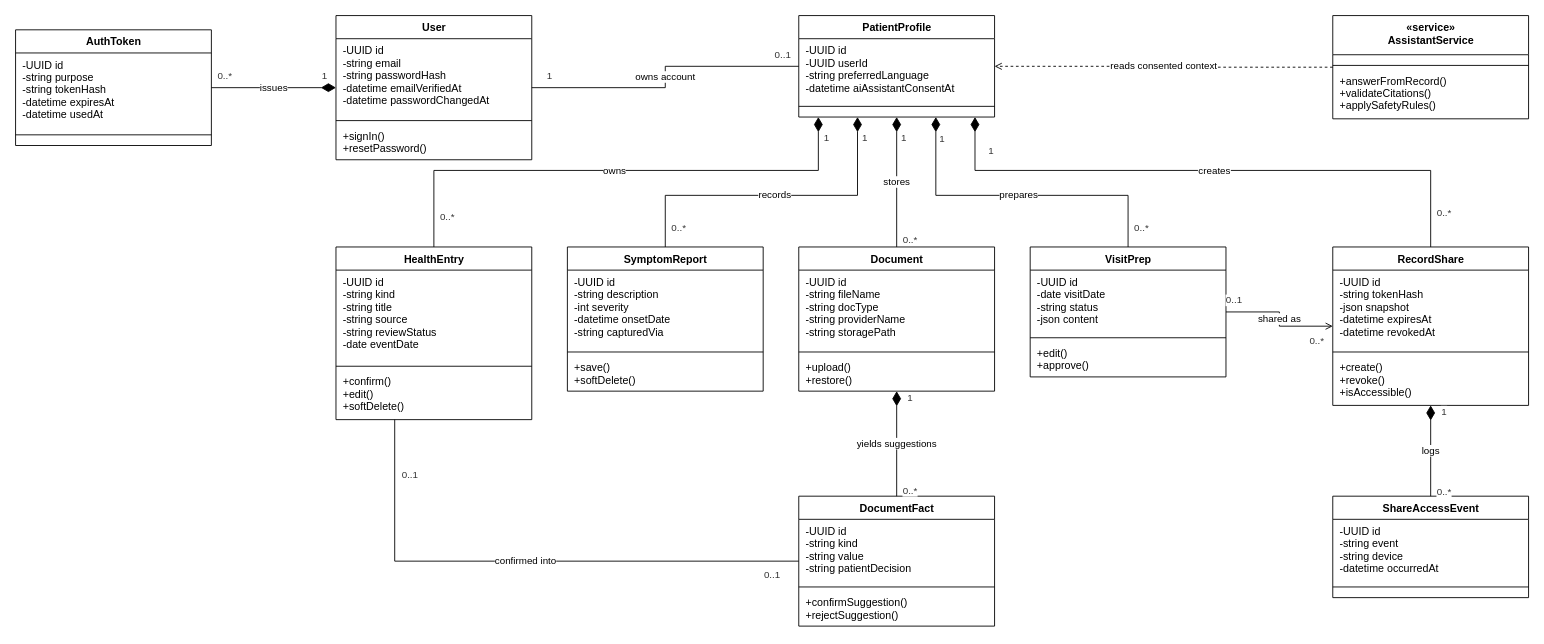
Before: docs/diagrams/source/class-diagram.drawio in haniyousrii18/NASEEJ, a draw.io diagram. Source tidied: cells renumbered, new cells numbered last; positions are measured from the earlier drawing's top-left corner, leaving out a move shared by most shapes. Both pictures are drawn from the tidied source at 89%, with x=0, y=0 at pixel (15, 15).
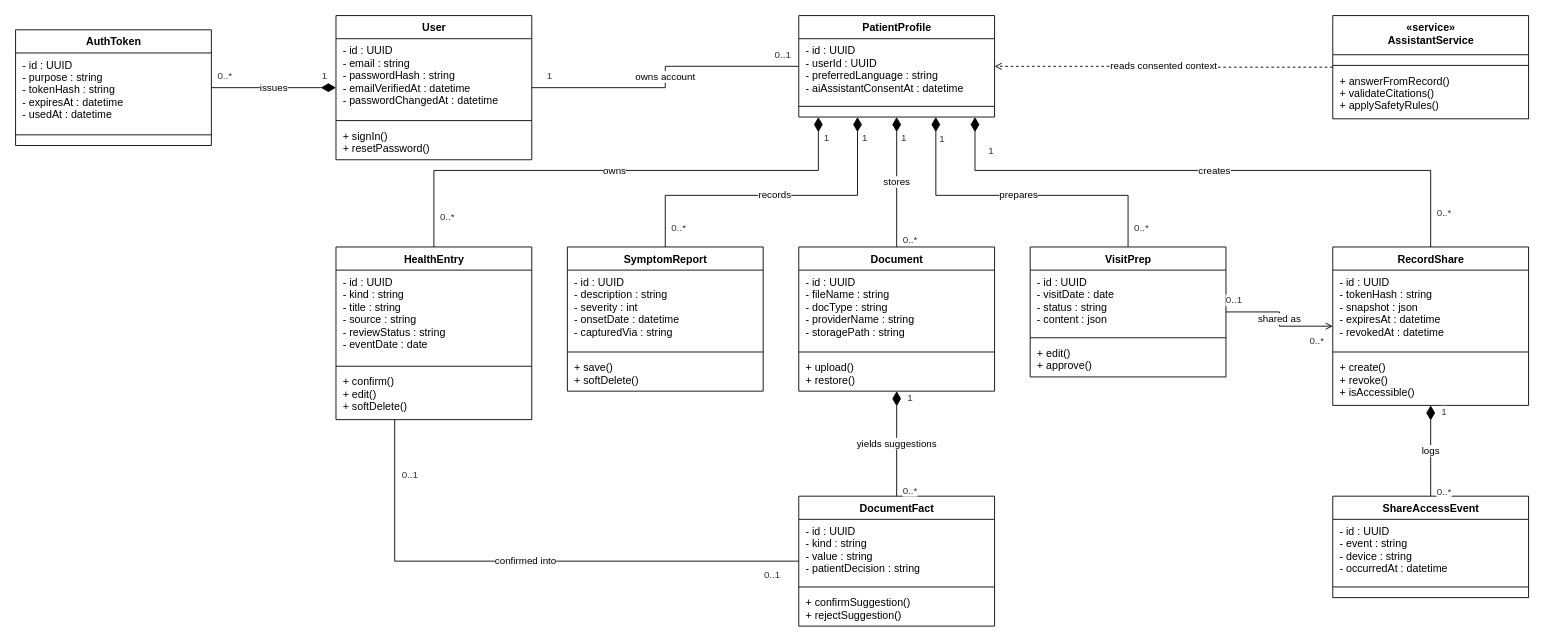
Above is the later version.

Commit message (it also covers changes not shown here):
docs: use name : Type notation in the class diagram

The change refers to these unchanged cells:
```xml
<mxCell id="2" value="User" style="swimlane;fontStyle=1;align=center;verticalAlign=top;horizontal=1;startSize=26;html=1;swimlaneFillColor=#FFFFFF;" parent="1" vertex="1">
  <mxGeometry x="360" width="220" height="162" as="geometry" />
</mxCell>
<mxCell id="6" value="AuthToken" style="swimlane;fontStyle=1;align=center;verticalAlign=top;horizontal=1;startSize=26;html=1;swimlaneFillColor=#FFFFFF;" parent="1" vertex="1">
  <mxGeometry y="16" width="220" height="130" as="geometry" />
</mxCell>
<mxCell id="10" value="PatientProfile" style="swimlane;fontStyle=1;align=center;verticalAlign=top;horizontal=1;startSize=26;html=1;swimlaneFillColor=#FFFFFF;" parent="1" vertex="1">
  <mxGeometry x="880" width="220" height="114" as="geometry" />
</mxCell>
<mxCell id="14" value="«service»&lt;br&gt;&lt;b&gt;AssistantService&lt;/b&gt;" style="swimlane;fontStyle=1;align=center;verticalAlign=top;horizontal=1;startSize=44;html=1;swimlaneFillColor=#FFFFFF;" parent="1" vertex="1">
  <mxGeometry x="1480" width="220" height="116" as="geometry" />
</mxCell>
<mxCell id="18" value="HealthEntry" style="swimlane;fontStyle=1;align=center;verticalAlign=top;horizontal=1;startSize=26;html=1;swimlaneFillColor=#FFFFFF;" parent="1" vertex="1">
  <mxGeometry x="360" y="260" width="220" height="194" as="geometry" />
</mxCell>
<mxCell id="22" value="SymptomReport" style="swimlane;fontStyle=1;align=center;verticalAlign=top;horizontal=1;startSize=26;html=1;swimlaneFillColor=#FFFFFF;" parent="1" vertex="1">
  <mxGeometry x="620" y="260" width="220" height="162" as="geometry" />
</mxCell>
<mxCell id="26" value="Document" style="swimlane;fontStyle=1;align=center;verticalAlign=top;horizontal=1;startSize=26;html=1;swimlaneFillColor=#FFFFFF;" parent="1" vertex="1">
  <mxGeometry x="880" y="260" width="220" height="162" as="geometry" />
</mxCell>
<mxCell id="30" value="VisitPrep" style="swimlane;fontStyle=1;align=center;verticalAlign=top;horizontal=1;startSize=26;html=1;swimlaneFillColor=#FFFFFF;" parent="1" vertex="1">
  <mxGeometry x="1140" y="260" width="220" height="146" as="geometry" />
</mxCell>
<mxCell id="34" value="RecordShare" style="swimlane;fontStyle=1;align=center;verticalAlign=top;horizontal=1;startSize=26;html=1;swimlaneFillColor=#FFFFFF;" parent="1" vertex="1">
  <mxGeometry x="1480" y="260" width="220" height="178" as="geometry" />
</mxCell>
<mxCell id="38" value="DocumentFact" style="swimlane;fontStyle=1;align=center;verticalAlign=top;horizontal=1;startSize=26;html=1;swimlaneFillColor=#FFFFFF;" parent="1" vertex="1">
  <mxGeometry x="880" y="540" width="220" height="146" as="geometry" />
</mxCell>
<mxCell id="42" value="ShareAccessEvent" style="swimlane;fontStyle=1;align=center;verticalAlign=top;horizontal=1;startSize=26;html=1;swimlaneFillColor=#FFFFFF;" parent="1" vertex="1">
  <mxGeometry x="1480" y="540" width="220" height="114" as="geometry" />
</mxCell>
```

Change to the diagram source:
```diff
@@
-    <mxCell id="3" value="-UUID id&#10;-string email&#10;-string passwordHash&#10;-datetime emailVerifiedAt&#10;-datetime passwordChangedAt" style="text;align=left;verticalAlign=top;spacingLeft=6;overflow=hidden;whiteSpace=nowrap;html=0;" parent="2" vertex="1">
+    <mxCell id="3" value="- id : UUID&#10;- email : string&#10;- passwordHash : string&#10;- emailVerifiedAt : datetime&#10;- passwordChangedAt : datetime" style="text;align=left;verticalAlign=top;spacingLeft=6;overflow=hidden;whiteSpace=nowrap;html=0;" parent="2" vertex="1">
       <mxGeometry y="26" width="220" height="88" as="geometry" />
     </mxCell>
@@
-    <mxCell id="5" value="+signIn()&#10;+resetPassword()" style="text;align=left;verticalAlign=top;spacingLeft=6;overflow=hidden;whiteSpace=nowrap;html=0;" parent="2" vertex="1">
+    <mxCell id="5" value="+ signIn()&#10;+ resetPassword()" style="text;align=left;verticalAlign=top;spacingLeft=6;overflow=hidden;whiteSpace=nowrap;html=0;" parent="2" vertex="1">
       <mxGeometry y="122" width="220" height="40" as="geometry" />
     </mxCell>
@@
-    <mxCell id="7" value="-UUID id&#10;-string purpose&#10;-string tokenHash&#10;-datetime expiresAt&#10;-datetime usedAt" style="text;align=left;verticalAlign=top;spacingLeft=6;overflow=hidden;whiteSpace=nowrap;html=0;" parent="6" vertex="1">
+    <mxCell id="7" value="- id : UUID&#10;- purpose : string&#10;- tokenHash : string&#10;- expiresAt : datetime&#10;- usedAt : datetime" style="text;align=left;verticalAlign=top;spacingLeft=6;overflow=hidden;whiteSpace=nowrap;html=0;" parent="6" vertex="1">
       <mxGeometry y="26" width="220" height="88" as="geometry" />
     </mxCell>
@@
-    <mxCell id="11" value="-UUID id&#10;-UUID userId&#10;-string preferredLanguage&#10;-datetime aiAssistantConsentAt" style="text;align=left;verticalAlign=top;spacingLeft=6;overflow=hidden;whiteSpace=nowrap;html=0;" parent="10" vertex="1">
+    <mxCell id="11" value="- id : UUID&#10;- userId : UUID&#10;- preferredLanguage : string&#10;- aiAssistantConsentAt : datetime" style="text;align=left;verticalAlign=top;spacingLeft=6;overflow=hidden;whiteSpace=nowrap;html=0;" parent="10" vertex="1">
       <mxGeometry y="26" width="220" height="72" as="geometry" />
     </mxCell>
@@
-    <mxCell id="17" value="+answerFromRecord()&#10;+validateCitations()&#10;+applySafetyRules()" style="text;align=left;verticalAlign=top;spacingLeft=6;overflow=hidden;whiteSpace=nowrap;html=0;" parent="14" vertex="1">
+    <mxCell id="17" value="+ answerFromRecord()&#10;+ validateCitations()&#10;+ applySafetyRules()" style="text;align=left;verticalAlign=top;spacingLeft=6;overflow=hidden;whiteSpace=nowrap;html=0;" parent="14" vertex="1">
       <mxGeometry y="60" width="220" height="56" as="geometry" />
     </mxCell>
@@
-    <mxCell id="19" value="-UUID id&#10;-string kind&#10;-string title&#10;-string source&#10;-string reviewStatus&#10;-date eventDate" style="text;align=left;verticalAlign=top;spacingLeft=6;overflow=hidden;whiteSpace=nowrap;html=0;" parent="18" vertex="1">
+    <mxCell id="19" value="- id : UUID&#10;- kind : string&#10;- title : string&#10;- source : string&#10;- reviewStatus : string&#10;- eventDate : date" style="text;align=left;verticalAlign=top;spacingLeft=6;overflow=hidden;whiteSpace=nowrap;html=0;" parent="18" vertex="1">
       <mxGeometry y="26" width="220" height="104" as="geometry" />
     </mxCell>
@@
-    <mxCell id="21" value="+confirm()&#10;+edit()&#10;+softDelete()" style="text;align=left;verticalAlign=top;spacingLeft=6;overflow=hidden;whiteSpace=nowrap;html=0;" parent="18" vertex="1">
+    <mxCell id="21" value="+ confirm()&#10;+ edit()&#10;+ softDelete()" style="text;align=left;verticalAlign=top;spacingLeft=6;overflow=hidden;whiteSpace=nowrap;html=0;" parent="18" vertex="1">
       <mxGeometry y="138" width="220" height="56" as="geometry" />
     </mxCell>
@@
-    <mxCell id="23" value="-UUID id&#10;-string description&#10;-int severity&#10;-datetime onsetDate&#10;-string capturedVia" style="text;align=left;verticalAlign=top;spacingLeft=6;overflow=hidden;whiteSpace=nowrap;html=0;" parent="22" vertex="1">
+    <mxCell id="23" value="- id : UUID&#10;- description : string&#10;- severity : int&#10;- onsetDate : datetime&#10;- capturedVia : string" style="text;align=left;verticalAlign=top;spacingLeft=6;overflow=hidden;whiteSpace=nowrap;html=0;" parent="22" vertex="1">
       <mxGeometry y="26" width="220" height="88" as="geometry" />
     </mxCell>
@@
-    <mxCell id="25" value="+save()&#10;+softDelete()" style="text;align=left;verticalAlign=top;spacingLeft=6;overflow=hidden;whiteSpace=nowrap;html=0;" parent="22" vertex="1">
+    <mxCell id="25" value="+ save()&#10;+ softDelete()" style="text;align=left;verticalAlign=top;spacingLeft=6;overflow=hidden;whiteSpace=nowrap;html=0;" parent="22" vertex="1">
       <mxGeometry y="122" width="220" height="40" as="geometry" />
     </mxCell>
@@
-    <mxCell id="27" value="-UUID id&#10;-string fileName&#10;-string docType&#10;-string providerName&#10;-string storagePath" style="text;align=left;verticalAlign=top;spacingLeft=6;overflow=hidden;whiteSpace=nowrap;html=0;" parent="26" vertex="1">
+    <mxCell id="27" value="- id : UUID&#10;- fileName : string&#10;- docType : string&#10;- providerName : string&#10;- storagePath : string" style="text;align=left;verticalAlign=top;spacingLeft=6;overflow=hidden;whiteSpace=nowrap;html=0;" parent="26" vertex="1">
       <mxGeometry y="26" width="220" height="88" as="geometry" />
     </mxCell>
@@
-    <mxCell id="29" value="+upload()&#10;+restore()" style="text;align=left;verticalAlign=top;spacingLeft=6;overflow=hidden;whiteSpace=nowrap;html=0;" parent="26" vertex="1">
+    <mxCell id="29" value="+ upload()&#10;+ restore()" style="text;align=left;verticalAlign=top;spacingLeft=6;overflow=hidden;whiteSpace=nowrap;html=0;" parent="26" vertex="1">
       <mxGeometry y="122" width="220" height="40" as="geometry" />
     </mxCell>
@@
-    <mxCell id="31" value="-UUID id&#10;-date visitDate&#10;-string status&#10;-json content" style="text;align=left;verticalAlign=top;spacingLeft=6;overflow=hidden;whiteSpace=nowrap;html=0;" parent="30" vertex="1">
+    <mxCell id="31" value="- id : UUID&#10;- visitDate : date&#10;- status : string&#10;- content : json" style="text;align=left;verticalAlign=top;spacingLeft=6;overflow=hidden;whiteSpace=nowrap;html=0;" parent="30" vertex="1">
       <mxGeometry y="26" width="220" height="72" as="geometry" />
     </mxCell>
@@
-    <mxCell id="33" value="+edit()&#10;+approve()" style="text;align=left;verticalAlign=top;spacingLeft=6;overflow=hidden;whiteSpace=nowrap;html=0;" parent="30" vertex="1">
+    <mxCell id="33" value="+ edit()&#10;+ approve()" style="text;align=left;verticalAlign=top;spacingLeft=6;overflow=hidden;whiteSpace=nowrap;html=0;" parent="30" vertex="1">
       <mxGeometry y="106" width="220" height="40" as="geometry" />
     </mxCell>
@@
-    <mxCell id="35" value="-UUID id&#10;-string tokenHash&#10;-json snapshot&#10;-datetime expiresAt&#10;-datetime revokedAt" style="text;align=left;verticalAlign=top;spacingLeft=6;overflow=hidden;whiteSpace=nowrap;html=0;" parent="34" vertex="1">
+    <mxCell id="35" value="- id : UUID&#10;- tokenHash : string&#10;- snapshot : json&#10;- expiresAt : datetime&#10;- revokedAt : datetime" style="text;align=left;verticalAlign=top;spacingLeft=6;overflow=hidden;whiteSpace=nowrap;html=0;" parent="34" vertex="1">
       <mxGeometry y="26" width="220" height="88" as="geometry" />
     </mxCell>
@@
-    <mxCell id="37" value="+create()&#10;+revoke()&#10;+isAccessible()" style="text;align=left;verticalAlign=top;spacingLeft=6;overflow=hidden;whiteSpace=nowrap;html=0;" parent="34" vertex="1">
+    <mxCell id="37" value="+ create()&#10;+ revoke()&#10;+ isAccessible()" style="text;align=left;verticalAlign=top;spacingLeft=6;overflow=hidden;whiteSpace=nowrap;html=0;" parent="34" vertex="1">
       <mxGeometry y="122" width="220" height="56" as="geometry" />
     </mxCell>
@@
-    <mxCell id="39" value="-UUID id&#10;-string kind&#10;-string value&#10;-string patientDecision" style="text;align=left;verticalAlign=top;spacingLeft=6;overflow=hidden;whiteSpace=nowrap;html=0;" parent="38" vertex="1">
+    <mxCell id="39" value="- id : UUID&#10;- kind : string&#10;- value : string&#10;- patientDecision : string" style="text;align=left;verticalAlign=top;spacingLeft=6;overflow=hidden;whiteSpace=nowrap;html=0;" parent="38" vertex="1">
       <mxGeometry y="26" width="220" height="72" as="geometry" />
     </mxCell>
@@
-    <mxCell id="41" value="+confirmSuggestion()&#10;+rejectSuggestion()" style="text;align=left;verticalAlign=top;spacingLeft=6;overflow=hidden;whiteSpace=nowrap;html=0;" parent="38" vertex="1">
+    <mxCell id="41" value="+ confirmSuggestion()&#10;+ rejectSuggestion()" style="text;align=left;verticalAlign=top;spacingLeft=6;overflow=hidden;whiteSpace=nowrap;html=0;" parent="38" vertex="1">
       <mxGeometry y="106" width="220" height="40" as="geometry" />
     </mxCell>
@@
-    <mxCell id="43" value="-UUID id&#10;-string event&#10;-string device&#10;-datetime occurredAt" style="text;align=left;verticalAlign=top;spacingLeft=6;overflow=hidden;whiteSpace=nowrap;html=0;" parent="42" vertex="1">
+    <mxCell id="43" value="- id : UUID&#10;- event : string&#10;- device : string&#10;- occurredAt : datetime" style="text;align=left;verticalAlign=top;spacingLeft=6;overflow=hidden;whiteSpace=nowrap;html=0;" parent="42" vertex="1">
       <mxGeometry y="26" width="220" height="72" as="geometry" />
     </mxCell>
```
